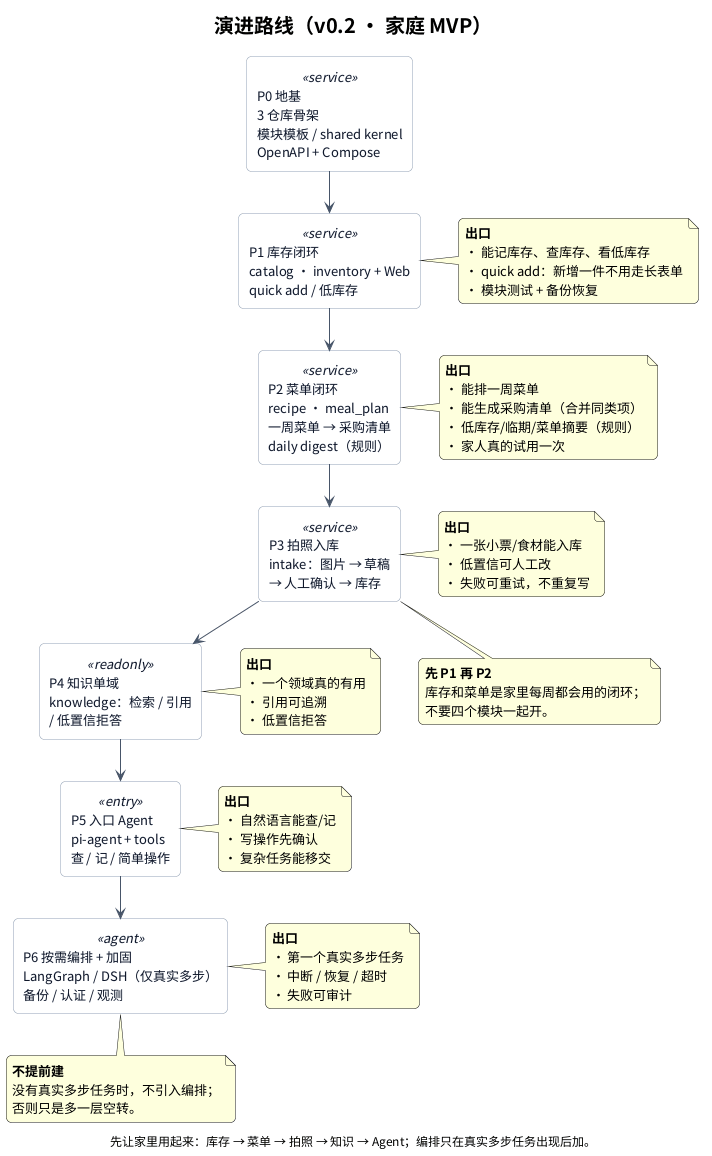
Earlier version of the PlantUML export docs/images/08-roadmap.png (MyHomePlus/architecture-public).
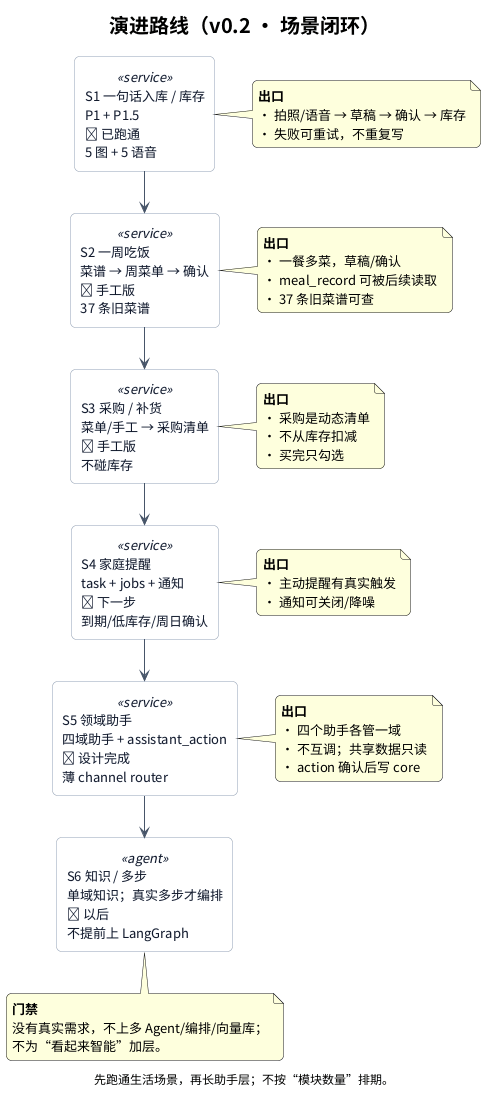
Later version of the same file.

What changed in the source:
```diff
@@ -184,77 +184,59 @@
 }
 allow_mixing
 
-title 演进路线（v0.2 · 家庭 MVP）
-caption 先让家里用起来：库存 → 菜单 → 拍照 → 知识 → Agent；编排只在真实多步任务出现后加。
+title 演进路线（v0.2 · 场景闭环）
+caption 先跑通生活场景，再长助手层；不按“模块数量”排期。
 
-rectangle "P0 地基\n3 仓库骨架\n模块模板 / shared kernel\nOpenAPI + Compose" as P0 <<service>>
-rectangle "P1 库存闭环\ncatalog · inventory + Web\nquick add / 低库存" as P1 <<service>>
-rectangle "P2 菜单闭环\nrecipe · meal_plan\n一周菜单 → 采购清单\ndaily digest（规则）" as P2 <<service>>
-rectangle "P3 拍照入库\nintake：图片 → 草稿\n→ 人工确认 → 库存" as P3 <<service>>
-rectangle "P4 知识单域\nknowledge：检索 / 引用\n/ 低置信拒答" as P4 <<readonly>>
-rectangle "P5 入口 Agent\npi-agent + tools\n查 / 记 / 简单操作" as P5 <<entry>>
-rectangle "P6 按需编排 + 加固\nLangGraph / DSH（仅真实多步）\n备份 / 认证 / 观测" as P6 <<agent>>
+rectangle "S1 一句话入库 / 库存\nP1 + P1.5\n✅ 已跑通\n5 图 + 5 语音" as S1 <<service>>
+rectangle "S2 一周吃饭\n菜谱 → 周菜单 → 确认\n✅ 手工版\n37 条旧菜谱" as S2 <<service>>
+rectangle "S3 采购 / 补货\n菜单/手工 → 采购清单\n✅ 手工版\n不碰库存" as S3 <<service>>
+rectangle "S4 家庭提醒\ntask + jobs + 通知\n⬜ 下一步\n到期/低库存/周日确认" as S4 <<service>>
+rectangle "S5 领域助手\n四域助手 + assistant_action\n🟡 设计完成\n薄 channel router" as S5 <<service>>
+rectangle "S6 知识 / 多步\n单域知识；真实多步才编排\n⬜ 以后\n不提前上 LangGraph" as S6 <<agent>>
 
-P0 --> P1
-P1 --> P2
-P2 --> P3
-P3 --> P4
-P4 --> P5
-P5 --> P6
+S1 --> S2
+S2 --> S3
+S3 --> S4
+S4 --> S5
+S5 --> S6
 
-note right of P1
+note right of S1
   **出口**
-  · 能记库存、查库存、看低库存
-  · quick add：新增一件不用走长表单
-  · 模块测试 + 备份恢复
-end note
-
-note right of P2
-  **出口**
-  · 能排一周菜单
-  · 能生成采购清单（合并同类项）
-  · 低库存/临期/菜单摘要（规则）
-  · 家人真的试用一次
-end note
-
-note right of P3
-  **出口**
-  · 一张小票/食材能入库
-  · 低置信可人工改
+  · 拍照/语音 → 草稿 → 确认 → 库存
   · 失败可重试，不重复写
 end note
 
-note right of P4
+note right of S2
   **出口**
-  · 一个领域真的有用
-  · 引用可追溯
-  · 低置信拒答
+  · 一餐多菜，草稿/确认
+  · meal_record 可被后续读取
+  · 37 条旧菜谱可查
 end note
 
-note right of P5
+note right of S3
   **出口**
-  · 自然语言能查/记
-  · 写操作先确认
-  · 复杂任务能移交
+  · 采购是动态清单
+  · 不从库存扣减
+  · 买完只勾选
 end note
 
-note right of P6
+note right of S4
   **出口**
-  · 第一个真实多步任务
-  · 中断 / 恢复 / 超时
-  · 失败可审计
+  · 主动提醒有真实触发
+  · 通知可关闭/降噪
 end note
 
-note bottom of P3
-  **先 P1 再 P2**
-  库存和菜单是家里每周都会用的闭环；
-  不要四个模块一起开。
+note right of S5
+  **出口**
+  · 四个助手各管一域
+  · 不互调；共享数据只读
+  · action 确认后写 core
 end note
 
-note bottom of P6
-  **不提前建**
-  没有真实多步任务时，不引入编排；
-  否则只是多一层空转。
+note bottom of S6
+  **门禁**
+  没有真实需求，不上多 Agent/编排/向量库；
+  不为“看起来智能”加层。
 end note
 
 @enduml
```
